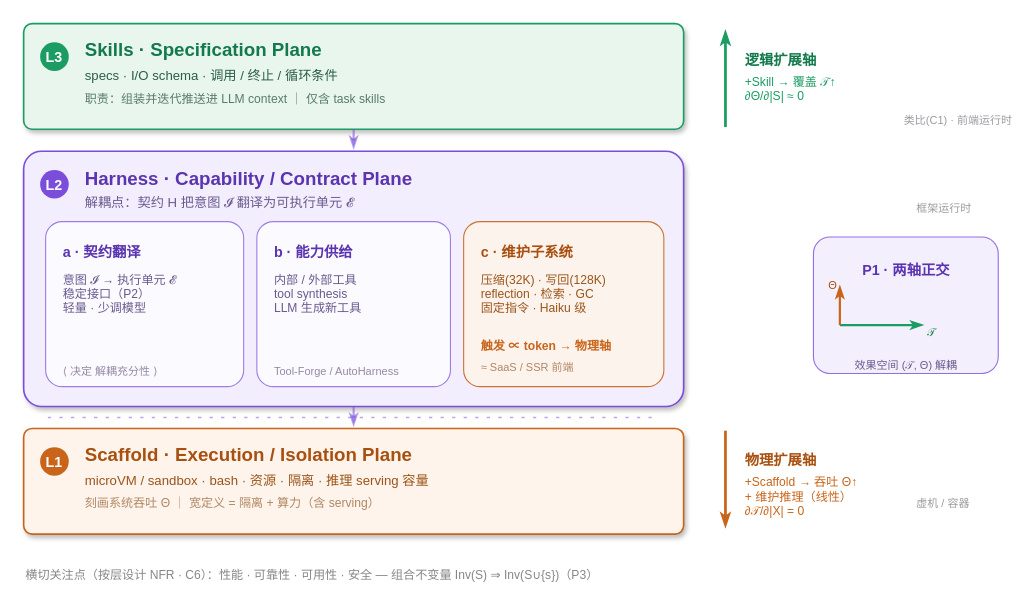
Above: site/architecture-figure.drawio in rootliu/agentic-scaling-architecture (draw.io), before the change. Source tidied: cells renumbered, new cells numbered last; positions are measured from the earlier drawing's top-left corner, leaving out a move shared by most shapes. Both pictures are drawn from the tidied source at 110%, with x=0, y=0 at pixel (23, 23).
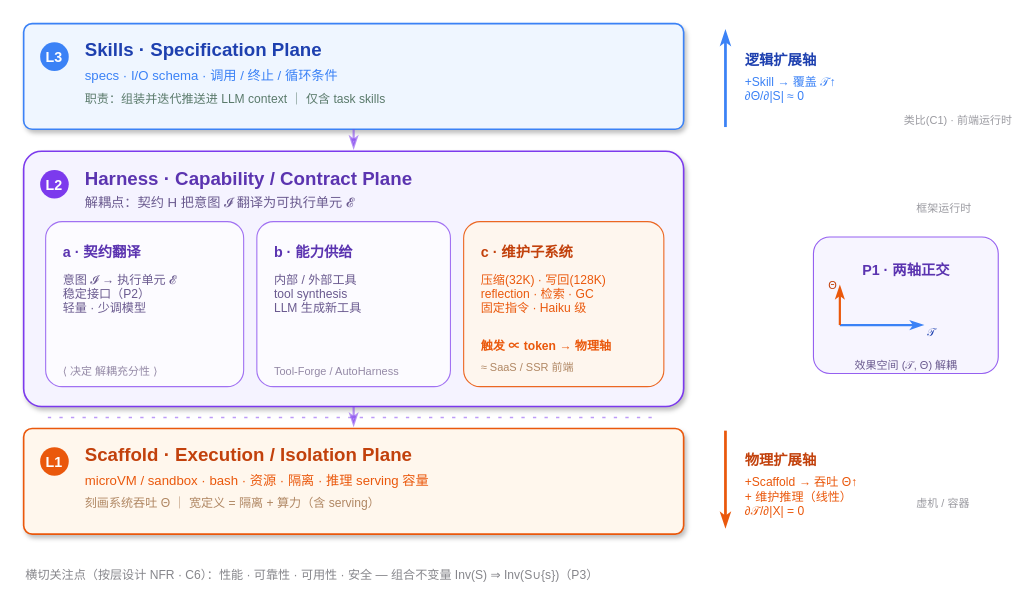
The same diagram, later.

What changed in the source:
```diff
@@
-    <mxCell id="2" style="rounded=1;arcSize=8;fillColor=#e8f6ee;strokeColor=#1a9c63;strokeWidth=1.5;opacity=100;shadow=1;" parent="1" vertex="1">
+    <mxCell id="2" style="rounded=1;arcSize=8;fillColor=#EFF6FF;strokeColor=#3B82F6;strokeWidth=1.5;opacity=100;shadow=1;" parent="1" vertex="1">
       <mxGeometry width="600" height="96" as="geometry" />
     </mxCell>
-    <mxCell id="3" value="L3" style="ellipse;fillColor=#1a9c63;strokeColor=none;fontColor=#ffffff;fontSize=13;fontStyle=1;" parent="1" vertex="1">
+    <mxCell id="3" value="L3" style="ellipse;fillColor=#3B82F6;strokeColor=none;fontColor=#ffffff;fontSize=13;fontStyle=1;" parent="1" vertex="1">
       <mxGeometry x="15" y="17" width="26" height="26" as="geometry" />
     </mxCell>
-    <mxCell id="4" value="Skills · Specification Plane" style="text;html=1;align=left;verticalAlign=middle;fontColor=#127a4c;fontSize=17;fontStyle=1;" parent="1" vertex="1">
+    <mxCell id="4" value="Skills · Specification Plane" style="text;html=1;align=left;verticalAlign=middle;fontColor=#1E40AF;fontSize=17;fontStyle=1;" parent="1" vertex="1">
       <mxGeometry x="54" y="14" width="420" height="22" as="geometry" />
     </mxCell>
-    <mxCell id="5" value="specs · I/O schema · 调用 / 终止 / 循环条件" style="text;html=1;align=left;verticalAlign=middle;fontColor=#2c5e47;fontSize=12;" parent="1" vertex="1">
+    <mxCell id="5" value="specs · I/O schema · 调用 / 终止 / 循环条件" style="text;html=1;align=left;verticalAlign=middle;fontColor=#3B82F6;fontSize=12;" parent="1" vertex="1">
       <mxGeometry x="54" y="39" width="420" height="18" as="geometry" />
     </mxCell>
@@
-    <mxCell id="7" style="rounded=1;arcSize=7;fillColor=#f3eefd;strokeColor=#7a4ddb;strokeWidth=1.5;shadow=1;" parent="1" vertex="1">
+    <mxCell id="7" style="rounded=1;arcSize=7;fillColor=#F5F3FF;strokeColor=#7C3AED;strokeWidth=1.5;shadow=1;" parent="1" vertex="1">
       <mxGeometry y="116" width="600" height="232" as="geometry" />
     </mxCell>
-    <mxCell id="8" value="L2" style="ellipse;fillColor=#7a4ddb;strokeColor=none;fontColor=#ffffff;fontSize=13;fontStyle=1;" parent="1" vertex="1">
+    <mxCell id="8" value="L2" style="ellipse;fillColor=#7C3AED;strokeColor=none;fontColor=#ffffff;fontSize=13;fontStyle=1;" parent="1" vertex="1">
       <mxGeometry x="15" y="133" width="26" height="26" as="geometry" />
     </mxCell>
@@
-    <mxCell id="11" style="rounded=1;arcSize=10;fillColor=#ffffff;strokeColor=#7a4ddb;strokeWidth=1;opacity=70;" parent="1" vertex="1">
+    <mxCell id="11" style="rounded=1;arcSize=10;fillColor=#ffffff;strokeColor=#7C3AED;strokeWidth=1;opacity=70;" parent="1" vertex="1">
       <mxGeometry x="20" y="180" width="180" height="150" as="geometry" />
     </mxCell>
@@
-    <mxCell id="15" style="rounded=1;arcSize=10;fillColor=#ffffff;strokeColor=#7a4ddb;strokeWidth=1;opacity=70;" parent="1" vertex="1">
+    <mxCell id="15" style="rounded=1;arcSize=10;fillColor=#ffffff;strokeColor=#7C3AED;strokeWidth=1;opacity=70;" parent="1" vertex="1">
       <mxGeometry x="212" y="180" width="176" height="150" as="geometry" />
     </mxCell>
@@
-    <mxCell id="19" style="rounded=1;arcSize=10;fillColor=#fef4ec;strokeColor=#c8651b;strokeWidth=1;opacity=90;" parent="1" vertex="1">
+    <mxCell id="19" style="rounded=1;arcSize=10;fillColor=#FFF7ED;strokeColor=#EA580C;strokeWidth=1;opacity=90;" parent="1" vertex="1">
       <mxGeometry x="400" y="180" width="182" height="150" as="geometry" />
     </mxCell>
-    <mxCell id="20" value="c · 维护子系统" style="text;html=1;align=left;fontColor=#a8500f;fontSize=13;fontStyle=1;" parent="1" vertex="1">
+    <mxCell id="20" value="c · 维护子系统" style="text;html=1;align=left;fontColor=#C2410C;fontSize=13;fontStyle=1;" parent="1" vertex="1">
       <mxGeometry x="414" y="194" width="155" height="18" as="geometry" />
     </mxCell>
-    <mxCell id="21" value="压缩(32K) · 写回(128K)&#10;reflection · 检索 · GC&#10;固定指令 · Haiku 级" style="text;html=1;align=left;verticalAlign=top;fontColor=#9a5418;fontSize=11;spacingTop=2;" parent="1" vertex="1">
+    <mxCell id="21" value="压缩(32K) · 写回(128K)&#10;reflection · 检索 · GC&#10;固定指令 · Haiku 级" style="text;html=1;align=left;verticalAlign=top;fontColor=#EA580C;fontSize=11;spacingTop=2;" parent="1" vertex="1">
       <mxGeometry x="414" y="218" width="160" height="58" as="geometry" />
     </mxCell>
-    <mxCell id="22" value="触发 ∝ token → 物理轴" style="text;html=1;align=left;fontColor=#c8651b;fontSize=11;fontStyle=1;" parent="1" vertex="1">
+    <mxCell id="22" value="触发 ∝ token → 物理轴" style="text;html=1;align=left;fontColor=#EA580C;fontSize=11;fontStyle=1;" parent="1" vertex="1">
       <mxGeometry x="414" y="280" width="160" height="16" as="geometry" />
     </mxCell>
@@
-    <mxCell id="24" style="rounded=1;arcSize=8;fillColor=#fef4ec;strokeColor=#c8651b;strokeWidth=1.5;shadow=1;" parent="1" vertex="1">
+    <mxCell id="24" style="rounded=1;arcSize=8;fillColor=#FFF7ED;strokeColor=#EA580C;strokeWidth=1.5;shadow=1;" parent="1" vertex="1">
       <mxGeometry y="368" width="600" height="96" as="geometry" />
     </mxCell>
-    <mxCell id="25" value="L1" style="ellipse;fillColor=#c8651b;strokeColor=none;fontColor=#ffffff;fontSize=13;fontStyle=1;" parent="1" vertex="1">
+    <mxCell id="25" value="L1" style="ellipse;fillColor=#EA580C;strokeColor=none;fontColor=#ffffff;fontSize=13;fontStyle=1;" parent="1" vertex="1">
       <mxGeometry x="15" y="385" width="26" height="26" as="geometry" />
     </mxCell>
-    <mxCell id="26" value="Scaffold · Execution / Isolation Plane" style="text;html=1;align=left;verticalAlign=middle;fontColor=#a8500f;fontSize=17;fontStyle=1;" parent="1" vertex="1">
+    <mxCell id="26" value="Scaffold · Execution / Isolation Plane" style="text;html=1;align=left;verticalAlign=middle;fontColor=#C2410C;fontSize=17;fontStyle=1;" parent="1" vertex="1">
       <mxGeometry x="54" y="382" width="460" height="22" as="geometry" />
     </mxCell>
-    <mxCell id="27" value="microVM / sandbox · bash · 资源 · 隔离 · 推理 serving 容量" style="text;html=1;align=left;verticalAlign=middle;fontColor=#9a5418;fontSize=12;" parent="1" vertex="1">
+    <mxCell id="27" value="microVM / sandbox · bash · 资源 · 隔离 · 推理 serving 容量" style="text;html=1;align=left;verticalAlign=middle;fontColor=#EA580C;fontSize=12;" parent="1" vertex="1">
       <mxGeometry x="54" y="407" width="500" height="18" as="geometry" />
     </mxCell>
@@
-    <mxCell id="29" style="endArrow=none;dashed=1;dashPattern=2 5;strokeColor=#7a4ddb;strokeWidth=1.5;opacity=50;" parent="1" edge="1">
+    <mxCell id="29" style="endArrow=none;dashed=1;dashPattern=2 5;strokeColor=#7C3AED;strokeWidth=1.5;opacity=50;" parent="1" edge="1">
       <mxGeometry relative="1" as="geometry">
         <mxPoint x="22" y="358" as="sourcePoint" />
         <mxPoint x="578" y="358" as="targetPoint" />
       </mxGeometry>
     </mxCell>
-    <mxCell id="30" style="endArrow=classicThin;html=1;strokeColor=#7a4ddb;strokeWidth=2;opacity=55;" parent="1" edge="1">
+    <mxCell id="30" style="endArrow=classicThin;html=1;strokeColor=#7C3AED;strokeWidth=2;opacity=55;" parent="1" edge="1">
       <mxGeometry relative="1" as="geometry">
         <mxPoint x="300" y="96" as="sourcePoint" />
         <mxPoint x="300" y="114" as="targetPoint" />
       </mxGeometry>
     </mxCell>
-    <mxCell id="31" style="endArrow=classicThin;html=1;strokeColor=#7a4ddb;strokeWidth=2;opacity=55;" parent="1" edge="1">
+    <mxCell id="31" style="endArrow=classicThin;html=1;strokeColor=#7C3AED;strokeWidth=2;opacity=55;" parent="1" edge="1">
       <mxGeometry relative="1" as="geometry">
         <mxPoint x="300" y="348" as="sourcePoint" />
         <mxPoint x="300" y="366" as="targetPoint" />
       </mxGeometry>
     </mxCell>
-    <mxCell id="32" style="endArrow=classicThin;html=1;strokeColor=#1a9c63;strokeWidth=2.5;" parent="1" edge="1">
+    <mxCell id="32" style="endArrow=classicThin;html=1;strokeColor=#3B82F6;strokeWidth=2.5;" parent="1" edge="1">
       <mxGeometry relative="1" as="geometry">
         <mxPoint x="638" y="94" as="sourcePoint" />
         <mxPoint x="638" y="6" as="targetPoint" />
       </mxGeometry>
     </mxCell>
-    <mxCell id="33" value="逻辑扩展轴" style="text;html=1;align=left;fontColor=#127a4c;fontSize=13;fontStyle=1;" parent="1" vertex="1">
+    <mxCell id="33" value="逻辑扩展轴" style="text;html=1;align=left;fontColor=#1E40AF;fontSize=13;fontStyle=1;" parent="1" vertex="1">
       <mxGeometry x="654" y="19" width="130" height="18" as="geometry" />
     </mxCell>
-    <mxCell id="34" value="+Skill → 覆盖 𝒯↑&#10;∂Θ/∂|S| ≈ 0" style="text;html=1;align=left;verticalAlign=top;fontColor=#1a9c63;fontSize=11;" parent="1" vertex="1">
+    <mxCell id="34" value="+Skill → 覆盖 𝒯↑&#10;∂Θ/∂|S| ≈ 0" style="text;html=1;align=left;verticalAlign=top;fontColor=#3B82F6;fontSize=11;" parent="1" vertex="1">
       <mxGeometry x="654" y="40" width="140" height="34" as="geometry" />
     </mxCell>
-    <mxCell id="35" style="endArrow=classicThin;html=1;strokeColor=#c8651b;strokeWidth=2.5;" parent="1" edge="1">
+    <mxCell id="35" style="endArrow=classicThin;html=1;strokeColor=#EA580C;strokeWidth=2.5;" parent="1" edge="1">
       <mxGeometry relative="1" as="geometry">
         <mxPoint x="638" y="370" as="sourcePoint" />
         <mxPoint x="638" y="458" as="targetPoint" />
       </mxGeometry>
     </mxCell>
-    <mxCell id="36" value="物理扩展轴" style="text;html=1;align=left;fontColor=#a8500f;fontSize=13;fontStyle=1;" parent="1" vertex="1">
+    <mxCell id="36" value="物理扩展轴" style="text;html=1;align=left;fontColor=#C2410C;fontSize=13;fontStyle=1;" parent="1" vertex="1">
       <mxGeometry x="654" y="383" width="130" height="18" as="geometry" />
     </mxCell>
-    <mxCell id="37" value="+Scaffold → 吞吐 Θ↑&#10;+ 维护推理（线性）&#10;∂𝒯/∂|X| = 0" style="text;html=1;align=left;verticalAlign=top;fontColor=#c8651b;fontSize=11;" parent="1" vertex="1">
+    <mxCell id="37" value="+Scaffold → 吞吐 Θ↑&#10;+ 维护推理（线性）&#10;∂𝒯/∂|X| = 0" style="text;html=1;align=left;verticalAlign=top;fontColor=#EA580C;fontSize=11;" parent="1" vertex="1">
       <mxGeometry x="654" y="404" width="150" height="50" as="geometry" />
     </mxCell>
-    <mxCell id="38" style="rounded=1;arcSize=12;fillColor=#f1ecfd;strokeColor=#7a4ddb;strokeWidth=1;opacity=80;" parent="1" vertex="1">
+    <mxCell id="38" style="rounded=1;arcSize=12;fillColor=#F5F3FF;strokeColor=#7C3AED;strokeWidth=1;opacity=80;" parent="1" vertex="1">
       <mxGeometry x="718" y="194" width="168" height="124" as="geometry" />
     </mxCell>
@@
-    <mxCell id="40" style="endArrow=classicThin;html=1;strokeColor=#1a9c63;strokeWidth=2;" parent="1" edge="1">
+    <mxCell id="40" style="endArrow=classicThin;html=1;strokeColor=#3B82F6;strokeWidth=2;" parent="1" edge="1">
       <mxGeometry relative="1" as="geometry">
         <mxPoint x="742" y="274" as="sourcePoint" />
         <mxPoint x="818" y="274" as="targetPoint" />
       </mxGeometry>
     </mxCell>
-    <mxCell id="41" style="endArrow=classicThin;html=1;strokeColor=#c8651b;strokeWidth=2;" parent="1" edge="1">
+    <mxCell id="41" style="endArrow=classicThin;html=1;strokeColor=#EA580C;strokeWidth=2;" parent="1" edge="1">
       <mxGeometry relative="1" as="geometry">
         <mxPoint x="742" y="274" as="sourcePoint" />
         <mxPoint x="742" y="238" as="targetPoint" />
       </mxGeometry>
     </mxCell>
-    <mxCell id="42" value="𝒯" style="text;html=1;align=left;fontColor=#127a4c;fontSize=10;" parent="1" vertex="1">
+    <mxCell id="42" value="𝒯" style="text;html=1;align=left;fontColor=#1E40AF;fontSize=10;" parent="1" vertex="1">
       <mxGeometry x="820" y="268" width="20" height="14" as="geometry" />
     </mxCell>
-    <mxCell id="43" value="Θ" style="text;html=1;align=left;fontColor=#a8500f;fontSize=10;" parent="1" vertex="1">
+    <mxCell id="43" value="Θ" style="text;html=1;align=left;fontColor=#C2410C;fontSize=10;" parent="1" vertex="1">
       <mxGeometry x="730" y="226" width="20" height="14" as="geometry" />
     </mxCell>
```
